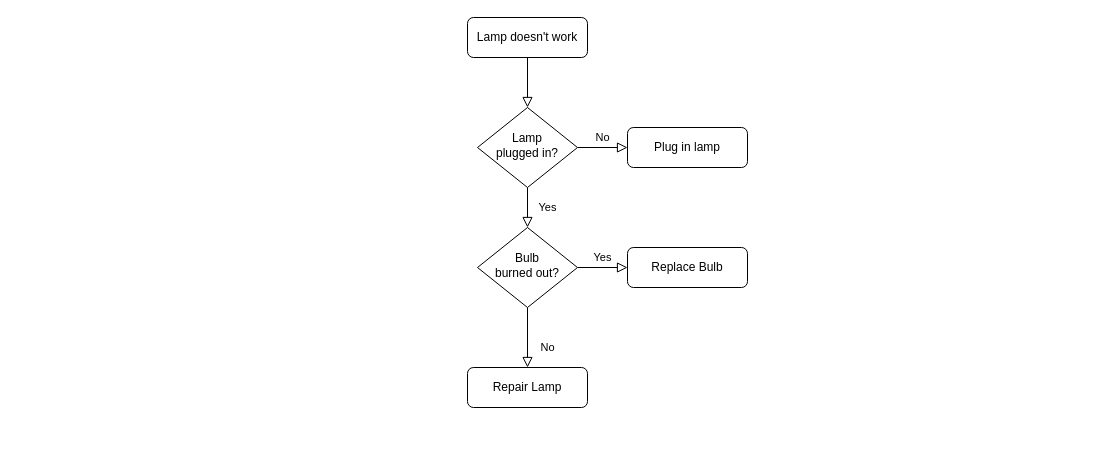
This is Untitled Diagram.drawio from Elijaboi/F-ranker2, a draw.io file, before an edit. Source tidied: cells renumbered, new cells numbered last; positions are measured from the earlier drawing's top-left corner, leaving out a move shared by most shapes. Both pictures are drawn from the tidied source at 100%, with x=0, y=0 at pixel (467, 17).
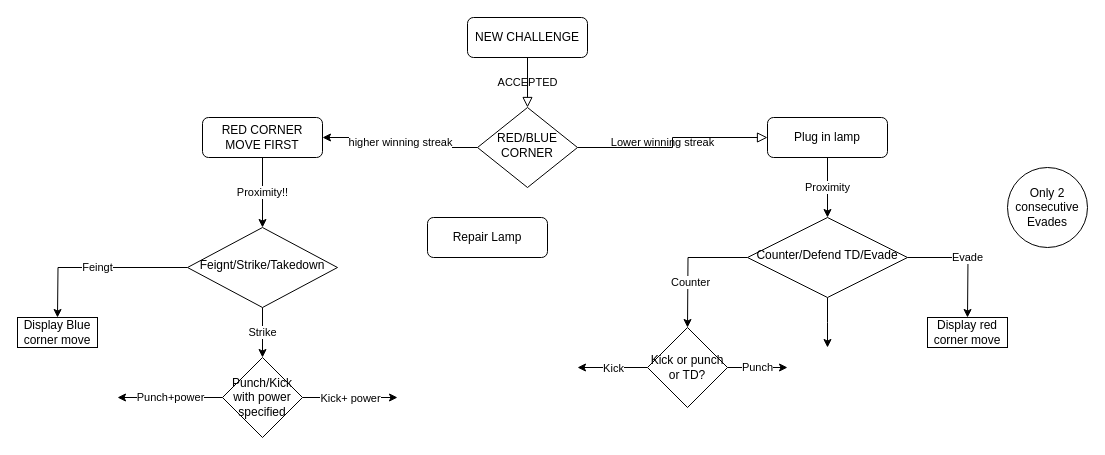
Above is the later version.

Diff of the diagram source:
```diff
@@
-    <mxCell id="2" style="rounded=0;html=1;jettySize=auto;fontSize=11;endArrow=block;endFill=0;endSize=8;strokeWidth=1;shadow=0;labelBackgroundColor=none;edgeStyle=orthogonalEdgeStyle;" parent="1" edge="1" source="3" target="6">
+    <mxCell id="2" value="ACCEPTED" style="rounded=0;html=1;jettySize=auto;fontSize=11;endArrow=block;endFill=0;endSize=8;strokeWidth=1;shadow=0;labelBackgroundColor=none;edgeStyle=orthogonalEdgeStyle;" parent="1" edge="1" source="3" target="6">
       <mxGeometry relative="1" as="geometry" />
     </mxCell>
-    <mxCell id="3" value="Lamp doesn't work" style="rounded=1;whiteSpace=wrap;html=1;fontSize=12;glass=0;strokeWidth=1;shadow=0;" parent="1" vertex="1">
+    <mxCell id="3" value="NEW CHALLENGE" style="rounded=1;whiteSpace=wrap;html=1;fontSize=12;glass=0;strokeWidth=1;shadow=0;" parent="1" vertex="1">
       <mxGeometry width="120" height="40" as="geometry" />
     </mxCell>
-    <mxCell id="4" value="Yes" style="rounded=0;html=1;jettySize=auto;fontSize=11;endArrow=block;endFill=0;endSize=8;strokeWidth=1;shadow=0;labelBackgroundColor=none;edgeStyle=orthogonalEdgeStyle;" parent="1" edge="1" source="6" target="10">
-      <mxGeometry y="20" relative="1" as="geometry" />
-    </mxCell>
-    <mxCell id="5" value="No" style="edgeStyle=orthogonalEdgeStyle;rounded=0;html=1;jettySize=auto;fontSize=11;endArrow=block;endFill=0;endSize=8;strokeWidth=1;shadow=0;labelBackgroundColor=none;" parent="1" edge="1" source="6" target="7">
+    <mxCell id="5" value="Lower winning streak" style="edgeStyle=orthogonalEdgeStyle;rounded=0;html=1;jettySize=auto;fontSize=11;endArrow=block;endFill=0;endSize=8;strokeWidth=1;shadow=0;labelBackgroundColor=none;" parent="1" edge="1" source="6" target="7">
       <mxGeometry y="10" relative="1" as="geometry" />
     </mxCell>
+    <mxCell id="13" value="higher winning streak" style="edgeStyle=orthogonalEdgeStyle;rounded=0;jettySize=auto;html=1;" parent="1" edge="1" source="6" target="12">
+      <mxGeometry relative="1" as="geometry" />
+    </mxCell>
-    <mxCell id="6" value="Lamp&lt;br&gt;plugged in?" style="rhombus;whiteSpace=wrap;html=1;shadow=0;fontFamily=Helvetica;fontSize=12;align=center;strokeWidth=1;spacing=6;spacingTop=-4;" parent="1" vertex="1">
+    <mxCell id="6" value="RED/BLUE CORNER" style="rhombus;whiteSpace=wrap;html=1;shadow=0;fontFamily=Helvetica;fontSize=12;align=center;strokeWidth=1;spacing=6;spacingTop=-4;" parent="1" vertex="1">
       <mxGeometry x="10" y="90" width="100" height="80" as="geometry" />
     </mxCell>
+    <mxCell id="14" value="Proximity" style="edgeStyle=orthogonalEdgeStyle;rounded=0;jettySize=auto;html=1;" parent="1" edge="1" source="7" target="10">
+      <mxGeometry relative="1" as="geometry" />
+    </mxCell>
     <mxCell id="7" value="Plug in lamp" style="rounded=1;whiteSpace=wrap;html=1;fontSize=12;glass=0;strokeWidth=1;shadow=0;" parent="1" vertex="1">
-      <mxGeometry x="160" y="110" width="120" height="40" as="geometry" />
+      <mxGeometry x="300" y="100" width="120" height="40" as="geometry" />
     </mxCell>
-    <mxCell id="8" value="No" style="rounded=0;html=1;jettySize=auto;fontSize=11;endArrow=block;endFill=0;endSize=8;strokeWidth=1;shadow=0;labelBackgroundColor=none;edgeStyle=orthogonalEdgeStyle;" parent="1" edge="1" source="10" target="11">
-      <mxGeometry x="0.33" y="20" relative="1" as="geometry" />
-    </mxCell>
-    <mxCell id="9" value="Yes" style="edgeStyle=orthogonalEdgeStyle;rounded=0;html=1;jettySize=auto;fontSize=11;endArrow=block;endFill=0;endSize=8;strokeWidth=1;shadow=0;labelBackgroundColor=none;" parent="1" edge="1" source="10" target="12">
-      <mxGeometry y="10" relative="1" as="geometry" />
-    </mxCell>
+    <mxCell id="15" value="Evade" style="edgeStyle=orthogonalEdgeStyle;rounded=0;jettySize=auto;html=1;" parent="1" edge="1" source="10">
+      <mxGeometry relative="1" as="geometry">
+        <mxPoint x="500" y="300" as="targetPoint" />
+      </mxGeometry>
+    </mxCell>
+    <mxCell id="16" style="edgeStyle=orthogonalEdgeStyle;rounded=0;jettySize=auto;html=1;" parent="1" edge="1" source="10">
+      <mxGeometry relative="1" as="geometry">
+        <mxPoint x="360" y="330" as="targetPoint" />
+      </mxGeometry>
+    </mxCell>
+    <mxCell id="17" style="edgeStyle=orthogonalEdgeStyle;rounded=0;jettySize=auto;html=1;" parent="1" edge="1" source="10">
+      <mxGeometry relative="1" as="geometry">
+        <mxPoint x="220" y="310" as="targetPoint" />
+      </mxGeometry>
+    </mxCell>
+    <mxCell id="18" value="Counter" style="edgeLabel;html=1;align=center;verticalAlign=middle;" parent="17" vertex="1">
+      <mxGeometry x="0.29" y="2" relative="1" as="geometry" />
+    </mxCell>
-    <mxCell id="10" value="Bulb&lt;br&gt;burned out?" style="rhombus;whiteSpace=wrap;html=1;shadow=0;fontFamily=Helvetica;fontSize=12;align=center;strokeWidth=1;spacing=6;spacingTop=-4;" parent="1" vertex="1">
-      <mxGeometry x="10" y="210" width="100" height="80" as="geometry" />
+    <mxCell id="10" value="Counter/Defend TD/Evade" style="rhombus;whiteSpace=wrap;html=1;shadow=0;fontFamily=Helvetica;fontSize=12;align=center;strokeWidth=1;spacing=6;spacingTop=-4;" parent="1" vertex="1">
+      <mxGeometry x="280" y="200" width="160" height="80" as="geometry" />
     </mxCell>
     <mxCell id="11" value="Repair Lamp" style="rounded=1;whiteSpace=wrap;html=1;fontSize=12;glass=0;strokeWidth=1;shadow=0;" parent="1" vertex="1">
-      <mxGeometry y="350" width="120" height="40" as="geometry" />
+      <mxGeometry x="-40" y="200" width="120" height="40" as="geometry" />
     </mxCell>
+    <mxCell id="19" value="Proximity!!" style="edgeStyle=orthogonalEdgeStyle;rounded=0;jettySize=auto;html=1;" parent="1" edge="1" source="12" target="22">
+      <mxGeometry relative="1" as="geometry" />
+    </mxCell>
-    <mxCell id="12" value="Replace Bulb" style="rounded=1;whiteSpace=wrap;html=1;fontSize=12;glass=0;strokeWidth=1;shadow=0;" parent="1" vertex="1">
-      <mxGeometry x="160" y="230" width="120" height="40" as="geometry" />
+    <mxCell id="12" value="RED CORNER MOVE FIRST" style="rounded=1;whiteSpace=wrap;html=1;fontSize=12;glass=0;strokeWidth=1;shadow=0;" parent="1" vertex="1">
+      <mxGeometry x="-265" y="100" width="120" height="40" as="geometry" />
     </mxCell>
+    <mxCell id="20" value="Feingt" style="edgeStyle=orthogonalEdgeStyle;rounded=0;jettySize=auto;html=1;" parent="1" edge="1" source="22">
+      <mxGeometry relative="1" as="geometry">
+        <mxPoint x="-410" y="300" as="targetPoint" />
+      </mxGeometry>
+    </mxCell>
+    <mxCell id="21" value="Strike" style="edgeStyle=orthogonalEdgeStyle;rounded=0;jettySize=auto;html=1;" parent="1" edge="1" source="22" target="28">
+      <mxGeometry relative="1" as="geometry" />
+    </mxCell>
+    <mxCell id="22" value="Feignt/Strike/Takedown" style="rhombus;whiteSpace=wrap;html=1;shadow=0;fontFamily=Helvetica;fontSize=12;align=center;strokeWidth=1;spacing=6;spacingTop=-4;" parent="1" vertex="1">
+      <mxGeometry x="-280" y="210" width="150" height="80" as="geometry" />
+    </mxCell>
+    <mxCell id="23" value="Display red corner move" style="rounded=0;whiteSpace=wrap;html=1;" parent="1" vertex="1">
+      <mxGeometry x="460" y="300" width="80" height="30" as="geometry" />
+    </mxCell>
+    <mxCell id="24" value="Display Blue corner move" style="rounded=0;whiteSpace=wrap;html=1;" parent="1" vertex="1">
+      <mxGeometry x="-450" y="300" width="80" height="30" as="geometry" />
+    </mxCell>
+    <mxCell id="25" value="Only 2 consecutive Evades" style="ellipse;whiteSpace=wrap;html=1;" parent="1" vertex="1">
+      <mxGeometry x="540" y="150" width="80" height="80" as="geometry" />
+    </mxCell>
+    <mxCell id="26" value="Kick+ power" style="edgeStyle=orthogonalEdgeStyle;rounded=0;jettySize=auto;html=1;" parent="1" edge="1" source="28">
+      <mxGeometry relative="1" as="geometry">
+        <mxPoint x="-70" y="380" as="targetPoint" />
+      </mxGeometry>
+    </mxCell>
+    <mxCell id="27" value="Punch+power" style="edgeStyle=orthogonalEdgeStyle;rounded=0;jettySize=auto;html=1;" parent="1" edge="1" source="28">
+      <mxGeometry relative="1" as="geometry">
+        <mxPoint x="-350" y="380" as="targetPoint" />
+      </mxGeometry>
+    </mxCell>
+    <mxCell id="28" value="Punch/Kick with power specified" style="rhombus;whiteSpace=wrap;html=1;" parent="1" vertex="1">
+      <mxGeometry x="-245" y="340" width="80" height="80" as="geometry" />
+    </mxCell>
+    <mxCell id="29" value="Kick" style="edgeStyle=orthogonalEdgeStyle;rounded=0;jettySize=auto;html=1;" parent="1" edge="1" source="31">
+      <mxGeometry relative="1" as="geometry">
+        <mxPoint x="110" y="350" as="targetPoint" />
+      </mxGeometry>
+    </mxCell>
+    <mxCell id="30" value="Punch" style="edgeStyle=orthogonalEdgeStyle;rounded=0;jettySize=auto;html=1;exitX=1;exitY=0.5;exitDx=0;exitDy=0;" parent="1" edge="1" source="31">
+      <mxGeometry relative="1" as="geometry">
+        <mxPoint x="320" y="350" as="targetPoint" />
+      </mxGeometry>
+    </mxCell>
+    <mxCell id="31" value="Kick or punch or TD?" style="rhombus;whiteSpace=wrap;html=1;" parent="1" vertex="1">
+      <mxGeometry x="180" y="310" width="80" height="80" as="geometry" />
+    </mxCell>
```
